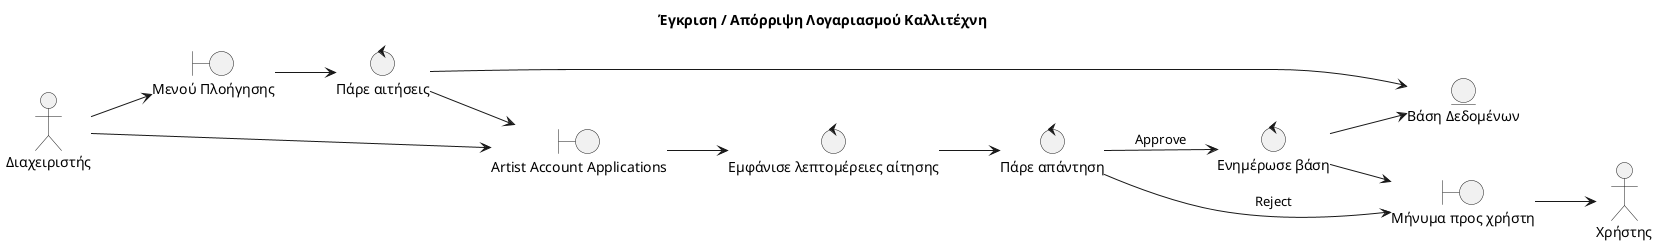
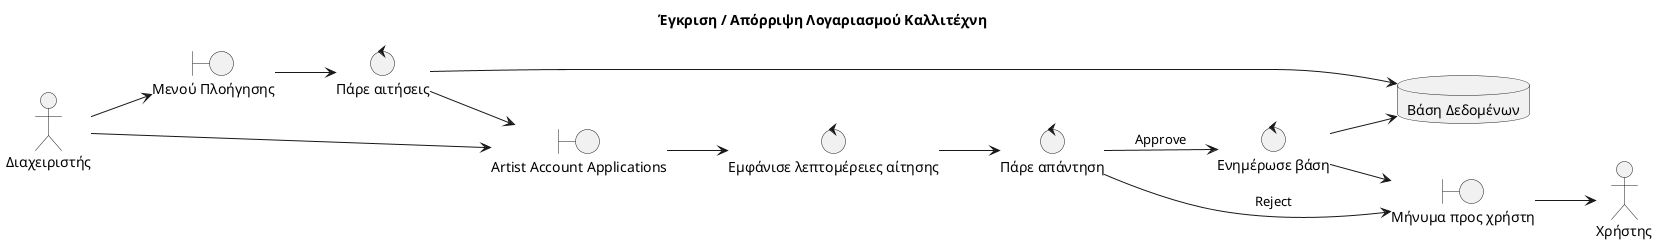
@startuml name

title Έγκριση / Απόρριψη Λογαριασμού Καλλιτέχνη

left to right direction

actor "Διαχειριστής" as Admin
actor "Χρήστης" as User

boundary "Μενού Πλοήγησης" as Menu
boundary "Artist Account Applications" as AppList
boundary "Μήνυμα προς χρήστη" as Message

control "Πάρε αιτήσεις" as FetchApps
control "Εμφάνισε λεπτομέρειες αίτησης" as Details
control "Πάρε απάντηση" as Response
control "Ενημέρωσε βάση" as UpdateDB

- entity "Βάση Δεδομένων" as DB
+ database "Βάση Δεδομένων" as DB

Admin --> Menu
Menu --> FetchApps
FetchApps --> DB
FetchApps --> AppList

Admin --> AppList
AppList --> Details
Details --> Response

Response --> Message : Reject
Message --> User

Response --> UpdateDB : Approve
UpdateDB --> DB
UpdateDB --> Message

@enduml